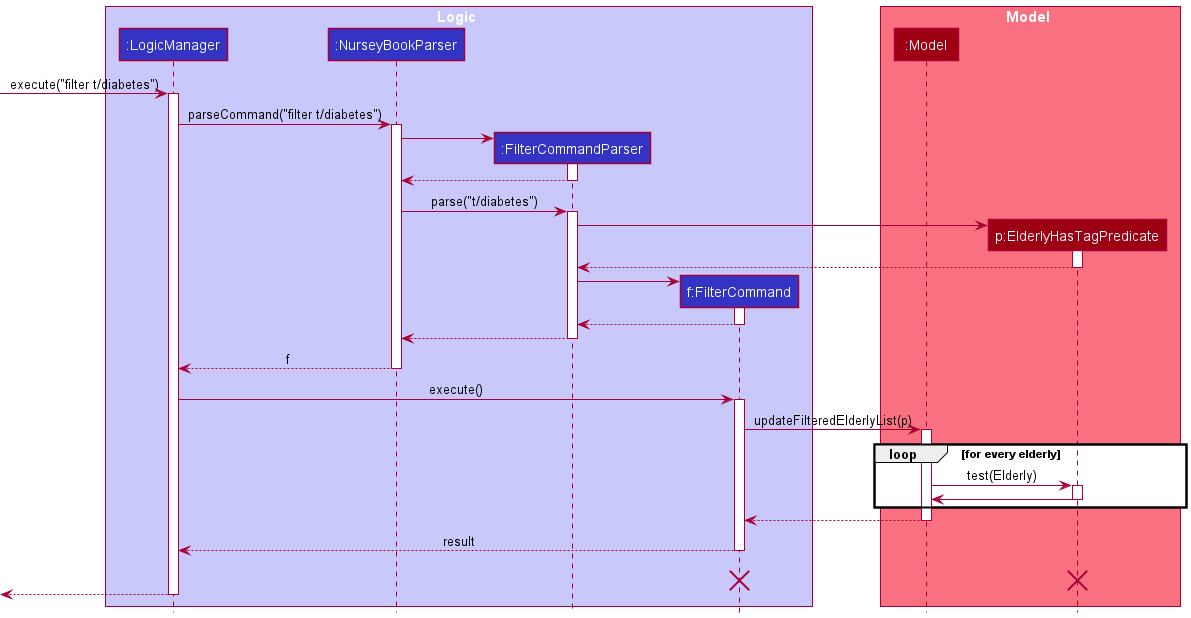
The PlantUML diagram docs/images/FilterSequenceDiagram.png in tsy24/tp, before a commit.
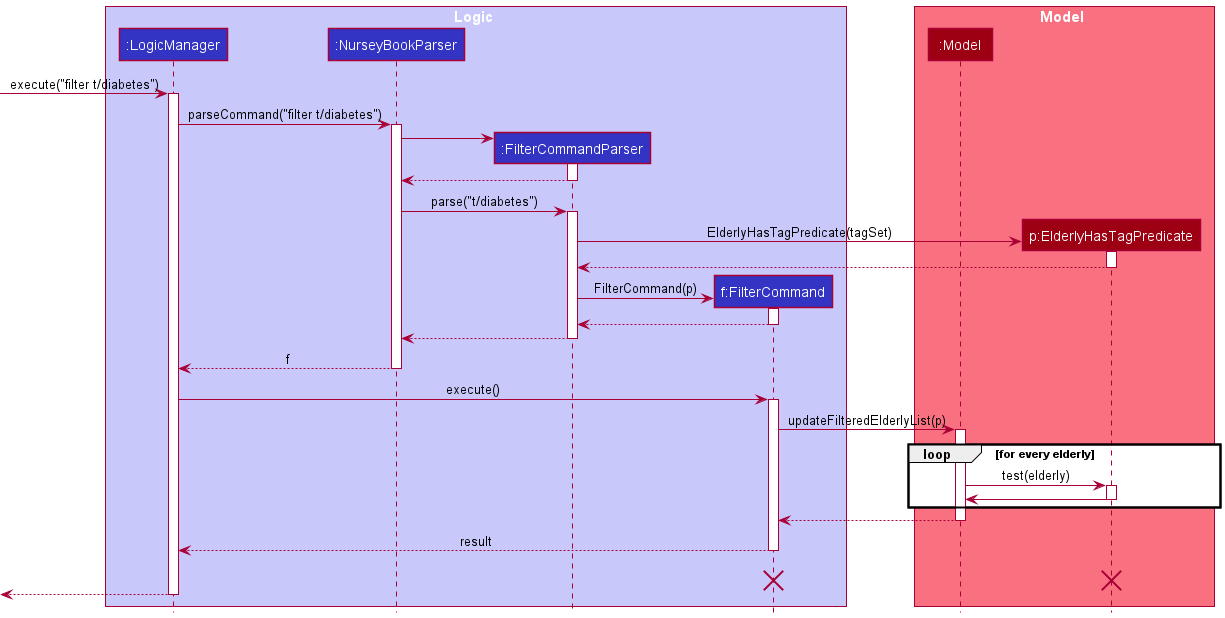
The same file after the commit.

Commit message:
Save updated filter sequence diagram as image

The edit, as a diff of the source:
```diff
@@ -30,14 +30,14 @@
 activate FilterCommandParser
 
 create ElderlyHasTagPredicate
-FilterCommandParser -> ElderlyHasTagPredicate
+FilterCommandParser -> ElderlyHasTagPredicate: ElderlyHasTagPredicate(tagSet)
 activate ElderlyHasTagPredicate
 
 ElderlyHasTagPredicate --> FilterCommandParser
 deactivate ElderlyHasTagPredicate
 
 create FilterCommand
-FilterCommandParser -> FilterCommand
+FilterCommandParser -> FilterCommand : FilterCommand(p)
 activate FilterCommand
 
 FilterCommand --> FilterCommandParser
@@ -56,7 +56,7 @@
 activate Model
 
 loop for every elderly
-Model -> ElderlyHasTagPredicate: test(Elderly)
+Model -> ElderlyHasTagPredicate: test(elderly)
 activate ElderlyHasTagPredicate
 
 ElderlyHasTagPredicate -> Model
```
